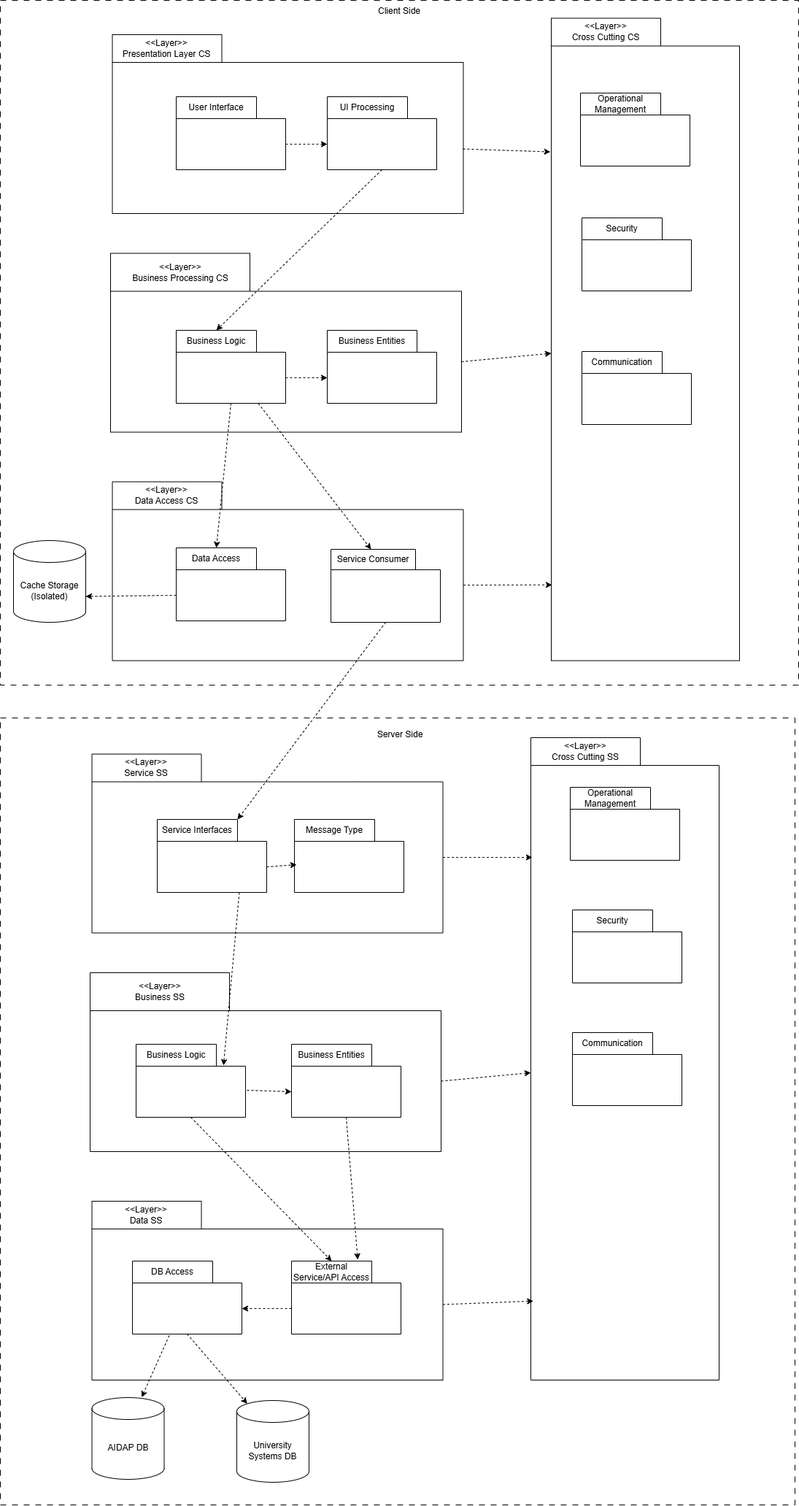
The draw.io diagram iterations/iteration-artifacts/iteration1_logical.drawio.png in OTUSOFE365025/project-group-18-crn-43510, before a commit. Source tidied: cells renumbered, new cells last; positions are measured from the earlier drawing's top-left corner, leaving out a move shared by most shapes.
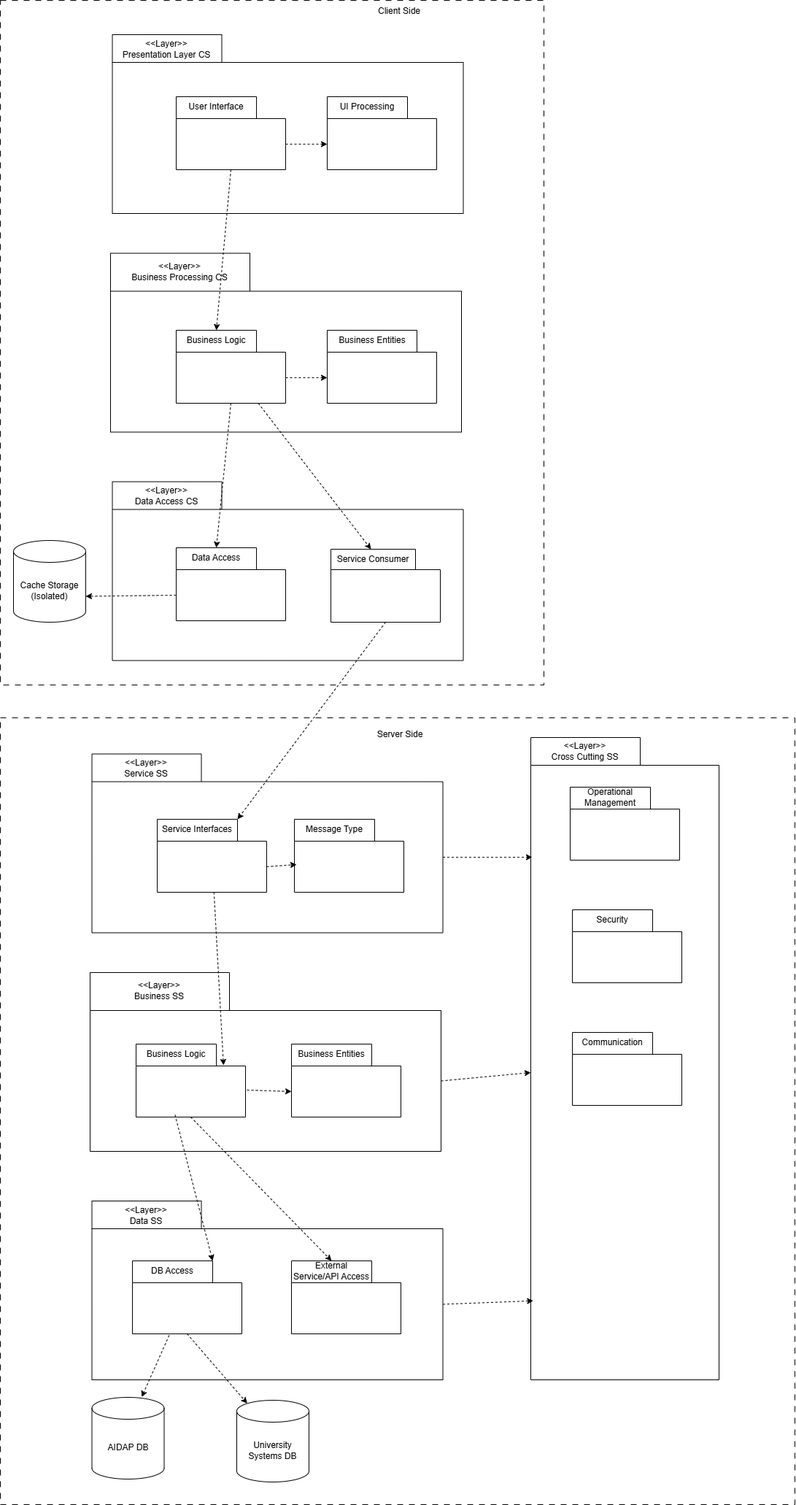
The same file after the commit.

Commit message:
Iteration 1 Step 5 and 6 fixes

The edit, as a diff of the source:
```diff
@@ -3,7 +3,7 @@
     <mxCell id="0" />
     <mxCell id="1" parent="0" />
     <mxCell id="2" style="rounded=0;whiteSpace=wrap;html=1;dashed=1;dashPattern=8 8;" parent="1" vertex="1">
-      <mxGeometry width="1094" height="938" as="geometry" />
+      <mxGeometry width="745" height="938" as="geometry" />
     </mxCell>
     <mxCell id="3" value="Client Side" style="text;html=1;align=center;verticalAlign=middle;whiteSpace=wrap;rounded=0;" parent="1" vertex="1">
       <mxGeometry x="489" width="116" height="30" as="geometry" />
@@ -124,19 +124,13 @@
     <mxCell id="35" style="html=1;labelBackgroundColor=#ffffff;startArrow=none;startFill=0;startSize=6;endArrow=classic;endFill=1;endSize=6;jettySize=auto;strokeWidth=1;dashed=1;fontSize=14;exitX=0.5;exitY=1;exitDx=0;exitDy=0;exitPerimeter=0;entryX=0;entryY=0;entryDx=55;entryDy=0;entryPerimeter=0;" parent="5" edge="1" source="20" target="31">
       <mxGeometry relative="1" as="geometry" />
     </mxCell>
-    <mxCell id="36" style="html=1;labelBackgroundColor=#ffffff;startArrow=none;startFill=0;startSize=6;endArrow=classic;endFill=1;endSize=6;jettySize=auto;strokeWidth=1;dashed=1;fontSize=14;exitX=0.5;exitY=1;exitDx=0;exitDy=0;exitPerimeter=0;entryX=0.605;entryY=-0.02;entryDx=0;entryDy=0;entryPerimeter=0;" parent="5" edge="1" source="27" target="31">
-      <mxGeometry relative="1" as="geometry" />
-    </mxCell>
     <mxCell id="37" style="html=1;labelBackgroundColor=#ffffff;startArrow=none;startFill=0;startSize=6;endArrow=classic;endFill=1;endSize=6;jettySize=auto;strokeWidth=1;dashed=1;fontSize=14;exitX=0.5;exitY=1;exitDx=0;exitDy=0;exitPerimeter=0;entryX=0.145;entryY=0;entryDx=0;entryDy=4.35;entryPerimeter=0;" parent="5" edge="1" source="29" target="34">
       <mxGeometry relative="1" as="geometry" />
     </mxCell>
     <mxCell id="38" style="html=1;labelBackgroundColor=#ffffff;startArrow=none;startFill=0;startSize=6;endArrow=classic;endFill=1;endSize=6;jettySize=auto;strokeWidth=1;dashed=1;fontSize=14;exitX=0.336;exitY=1.02;exitDx=0;exitDy=0;exitPerimeter=0;entryX=0.689;entryY=-0.004;entryDx=0;entryDy=0;entryPerimeter=0;" parent="5" edge="1" source="29" target="33">
       <mxGeometry relative="1" as="geometry" />
     </mxCell>
-    <mxCell id="39" style="html=1;labelBackgroundColor=#ffffff;startArrow=none;startFill=0;startSize=6;endArrow=classic;endFill=1;endSize=6;jettySize=auto;strokeWidth=1;dashed=1;fontSize=14;exitX=0;exitY=0;exitDx=0;exitDy=65;exitPerimeter=0;entryX=0;entryY=0;entryDx=150;entryDy=65;entryPerimeter=0;" parent="5" edge="1" source="31" target="29">
-      <mxGeometry relative="1" as="geometry" />
-    </mxCell>
-    <mxCell id="40" style="html=1;labelBackgroundColor=#ffffff;startArrow=none;startFill=0;startSize=6;endArrow=classic;endFill=1;endSize=6;jettySize=auto;strokeWidth=1;dashed=1;fontSize=14;exitX=0.75;exitY=1;exitDx=0;exitDy=0;exitPerimeter=0;entryX=0.799;entryY=0.29;entryDx=0;entryDy=0;entryPerimeter=0;" parent="5" edge="1" source="16" target="20">
+    <mxCell id="40" style="html=1;labelBackgroundColor=#ffffff;startArrow=none;startFill=0;startSize=6;endArrow=classic;endFill=1;endSize=6;jettySize=auto;strokeWidth=1;dashed=1;fontSize=14;entryX=0.799;entryY=0.29;entryDx=0;entryDy=0;entryPerimeter=0;" parent="5" edge="1" source="16" target="20">
       <mxGeometry relative="1" as="geometry" />
     </mxCell>
     <mxCell id="41" style="html=1;labelBackgroundColor=#ffffff;startArrow=none;startFill=0;startSize=6;endArrow=classic;endFill=1;endSize=6;jettySize=auto;strokeWidth=1;dashed=1;fontSize=14;entryX=0;entryY=0;entryDx=0;entryDy=65;entryPerimeter=0;" parent="5" edge="1" target="27">
@@ -144,10 +138,13 @@
         <mxPoint x="338" y="510" as="sourcePoint" />
       </mxGeometry>
     </mxCell>
+    <mxCell id="77" style="html=1;labelBackgroundColor=#ffffff;startArrow=none;startFill=0;startSize=6;endArrow=classic;endFill=1;endSize=6;jettySize=auto;strokeWidth=1;dashed=1;fontSize=14;exitX=0.356;exitY=0.97;exitDx=0;exitDy=0;exitPerimeter=0;entryX=0;entryY=0;entryDx=110;entryDy=0;entryPerimeter=0;" parent="5" edge="1" source="20" target="29">
+      <mxGeometry relative="1" as="geometry" />
+    </mxCell>
     <mxCell id="42" value="&lt;div&gt;&lt;span style=&quot;font-weight: 400;&quot;&gt;&amp;lt;&amp;lt;Layer&amp;gt;&amp;gt;&lt;/span&gt;&lt;/div&gt;&lt;span style=&quot;font-weight: normal;&quot;&gt;Business Processing CS&lt;/span&gt;" style="shape=folder;fontStyle=1;tabWidth=191;tabHeight=52;tabPosition=left;html=1;boundedLbl=1;labelInHeader=1;whiteSpace=wrap;" parent="1" vertex="1">
       <mxGeometry x="151" y="346.5" width="481" height="245" as="geometry" />
     </mxCell>
-    <mxCell id="43" style="html=1;labelBackgroundColor=#ffffff;startArrow=none;startFill=0;startSize=6;endArrow=classic;endFill=1;endSize=6;jettySize=auto;strokeWidth=1;dashed=1;fontSize=14;exitX=0.5;exitY=1;exitDx=0;exitDy=0;exitPerimeter=0;entryX=0;entryY=0;entryDx=55;entryDy=0;entryPerimeter=0;" parent="1" edge="1" source="48" target="58">
+    <mxCell id="43" style="html=1;labelBackgroundColor=#ffffff;startArrow=none;startFill=0;startSize=6;endArrow=classic;endFill=1;endSize=6;jettySize=auto;strokeWidth=1;dashed=1;fontSize=14;exitX=0.5;exitY=1;exitDx=0;exitDy=0;exitPerimeter=0;entryX=0;entryY=0;entryDx=55;entryDy=0;entryPerimeter=0;" parent="1" edge="1" source="46" target="58">
       <mxGeometry relative="1" as="geometry" />
     </mxCell>
     <mxCell id="44" value="Cache Storage (Isolated)" style="shape=cylinder3;whiteSpace=wrap;html=1;boundedLbl=1;backgroundOutline=1;size=15;" parent="1" vertex="1">
@@ -229,34 +226,6 @@
     <mxCell id="64" style="html=1;labelBackgroundColor=#ffffff;startArrow=none;startFill=0;startSize=6;endArrow=classic;endFill=1;endSize=6;jettySize=auto;strokeWidth=1;dashed=1;fontSize=14;exitX=0;exitY=0;exitDx=0;exitDy=65;exitPerimeter=0;entryX=1;entryY=0;entryDx=0;entryDy=76.5;entryPerimeter=0;" parent="1" edge="1" source="53" target="44">
       <mxGeometry relative="1" as="geometry" />
     </mxCell>
-    <mxCell id="65" value="&lt;div&gt;&lt;span style=&quot;font-weight: 400;&quot;&gt;&amp;lt;&amp;lt;Layer&amp;gt;&amp;gt;&lt;/span&gt;&lt;/div&gt;&lt;span style=&quot;font-weight: normal;&quot;&gt;Cross Cutting CS&lt;/span&gt;" style="shape=folder;fontStyle=1;tabWidth=150;tabHeight=38;tabPosition=left;html=1;boundedLbl=1;labelInHeader=1;whiteSpace=wrap;" parent="1" vertex="1">
-      <mxGeometry x="755" y="24.5" width="258" height="880" as="geometry" />
-    </mxCell>
-    <mxCell id="66" value="&lt;span style=&quot;font-weight: normal;&quot;&gt;Operational Management&lt;/span&gt;" style="shape=folder;fontStyle=1;tabWidth=110;tabHeight=30;tabPosition=left;html=1;boundedLbl=1;labelInHeader=1;whiteSpace=wrap;" parent="1" vertex="1">
-      <mxGeometry x="795" y="127" width="150" height="100" as="geometry" />
-    </mxCell>
-    <mxCell id="67" style="html=1;strokeColor=none;fillColor=none;whiteSpace=wrap;" parent="66" vertex="1">
-      <mxGeometry width="150" height="70" relative="1" as="geometry">
-        <mxPoint y="30" as="offset" />
-      </mxGeometry>
-    </mxCell>
-    <mxCell id="68" style="html=1;labelBackgroundColor=#ffffff;startArrow=none;startFill=0;startSize=6;endArrow=classic;endFill=1;endSize=6;jettySize=auto;strokeWidth=1;dashed=1;fontSize=14;exitX=0;exitY=0;exitDx=480.99999999999994;exitDy=141.5;exitPerimeter=0;entryX=0.004;entryY=0.882;entryDx=0;entryDy=0;entryPerimeter=0;" parent="1" edge="1" source="52" target="65">
-      <mxGeometry relative="1" as="geometry" />
-    </mxCell>
-    <mxCell id="69" style="html=1;labelBackgroundColor=#ffffff;startArrow=none;startFill=0;startSize=6;endArrow=classic;endFill=1;endSize=6;jettySize=auto;strokeWidth=1;dashed=1;fontSize=14;exitX=0;exitY=0;exitDx=480.99999999999994;exitDy=148.5;exitPerimeter=0;entryX=0;entryY=0;entryDx=0;entryDy=459;entryPerimeter=0;" parent="1" edge="1" source="42" target="65">
-      <mxGeometry relative="1" as="geometry" />
-    </mxCell>
-    <mxCell id="70" style="html=1;labelBackgroundColor=#ffffff;startArrow=none;startFill=0;startSize=6;endArrow=classic;endFill=1;endSize=6;jettySize=auto;strokeWidth=1;dashed=1;fontSize=14;entryX=-0.005;entryY=0.208;entryDx=0;entryDy=0;entryPerimeter=0;exitX=0.999;exitY=0.639;exitDx=0;exitDy=0;exitPerimeter=0;" parent="1" edge="1" source="4" target="65">
-      <mxGeometry relative="1" as="geometry" />
-    </mxCell>
-    <mxCell id="71" value="&lt;span style=&quot;font-weight: normal;&quot;&gt;Security&lt;/span&gt;" style="shape=folder;fontStyle=1;tabWidth=110;tabHeight=30;tabPosition=left;html=1;boundedLbl=1;labelInHeader=1;whiteSpace=wrap;" parent="1" vertex="1">
-      <mxGeometry x="797" y="298" width="150" height="100" as="geometry" />
-    </mxCell>
-    <mxCell id="72" style="html=1;strokeColor=none;fillColor=none;whiteSpace=wrap;" parent="71" vertex="1">
-      <mxGeometry width="150" height="70" relative="1" as="geometry">
-        <mxPoint y="30" as="offset" />
-      </mxGeometry>
-    </mxCell>
     <mxCell id="73" style="html=1;labelBackgroundColor=#ffffff;startArrow=none;startFill=0;startSize=6;endArrow=classic;endFill=1;endSize=6;jettySize=auto;strokeWidth=1;dashed=1;fontSize=14;exitX=0.5;exitY=1;exitDx=0;exitDy=0;exitPerimeter=0;entryX=0;entryY=0;entryDx=110;entryDy=0;entryPerimeter=0;" parent="1" edge="1" source="55" target="16">
       <mxGeometry relative="1" as="geometry" />
     </mxCell>
@@ -265,13 +234,5 @@
         <mxPoint x="406" y="1184" as="targetPoint" />
       </mxGeometry>
     </mxCell>
-    <mxCell id="75" value="&lt;span style=&quot;font-weight: normal;&quot;&gt;Communication&lt;/span&gt;" style="shape=folder;fontStyle=1;tabWidth=110;tabHeight=30;tabPosition=left;html=1;boundedLbl=1;labelInHeader=1;whiteSpace=wrap;" parent="1" vertex="1">
-      <mxGeometry x="797" y="481" width="150" height="100" as="geometry" />
-    </mxCell>
-    <mxCell id="76" style="html=1;strokeColor=none;fillColor=none;whiteSpace=wrap;" parent="75" vertex="1">
-      <mxGeometry width="150" height="70" relative="1" as="geometry">
-        <mxPoint y="30" as="offset" />
-      </mxGeometry>
-    </mxCell>
   </root>
 </mxGraphModel>
```
